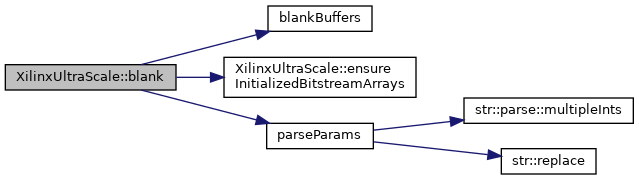
Above: classXilinxUltraScale_aefd9670bda072f396ec1b02916288b8f_cgraph.png in FPGA-Research-Manchester/byteman (Graphviz), before the change. Its source is kept beside it as classXilinxUltraScale_aefd9670bda072f396ec1b02916288b8f_cgraph.dot.
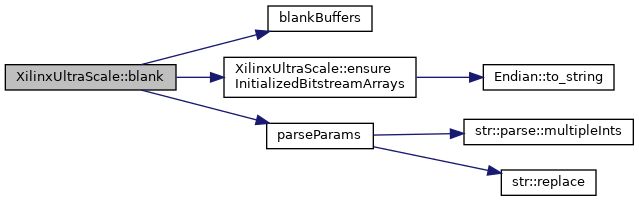
The same file after the commit.

Diff of the diagram source:
```diff
@@ -8,10 +8,12 @@
   Node2 [label="blankBuffers",height=0.2,width=0.4,color="black", fillcolor="white", style="filled",URL="$inlineBlank_8h.html#a10ffb5917ae93f7a4be5533f80e3bb9b",tooltip=" "];
   Node1 -> Node3 [color="midnightblue",fontsize="10",style="solid",fontname="Helvetica"];
   Node3 [label="XilinxUltraScale::ensure\lInitializedBitstreamArrays",height=0.2,width=0.4,color="black", fillcolor="white", style="filled",URL="$classXilinxUltraScale.html#a90eabbb61cf23c68e7bc960b720d620e",tooltip=" "];
-  Node1 -> Node4 [color="midnightblue",fontsize="10",style="solid",fontname="Helvetica"];
-  Node4 [label="parseParams",height=0.2,width=0.4,color="black", fillcolor="white", style="filled",URL="$inlineParseParams_8h.html#a7f22499069a08d35dfe2ec4697d03056",tooltip=" "];
-  Node4 -> Node5 [color="midnightblue",fontsize="10",style="solid",fontname="Helvetica"];
-  Node5 [label="str::parse::multipleInts",height=0.2,width=0.4,color="black", fillcolor="white", style="filled",URL="$namespacestr_1_1parse.html#a9f14cc7345a3fc0591a6afaf8033e6d1",tooltip=" "];
-  Node4 -> Node6 [color="midnightblue",fontsize="10",style="solid",fontname="Helvetica"];
-  Node6 [label="str::replace",height=0.2,width=0.4,color="black", fillcolor="white", style="filled",URL="$namespacestr.html#ac23568893d7dd0123ecfc9105c9f3a69",tooltip="Replaces all instances of oldChar in string str with newChar and returns the resulting string."];
+  Node3 -> Node4 [color="midnightblue",fontsize="10",style="solid",fontname="Helvetica"];
+  Node4 [label="Endian::to_string",height=0.2,width=0.4,color="black", fillcolor="white", style="filled",URL="$namespaceEndian.html#ac9f4873f9a0c23291fa47d68dff6fbbc",tooltip=" "];
+  Node1 -> Node5 [color="midnightblue",fontsize="10",style="solid",fontname="Helvetica"];
+  Node5 [label="parseParams",height=0.2,width=0.4,color="black", fillcolor="white", style="filled",URL="$inlineParseParams_8h.html#a7f22499069a08d35dfe2ec4697d03056",tooltip=" "];
+  Node5 -> Node6 [color="midnightblue",fontsize="10",style="solid",fontname="Helvetica"];
+  Node6 [label="str::parse::multipleInts",height=0.2,width=0.4,color="black", fillcolor="white", style="filled",URL="$namespacestr_1_1parse.html#a9f14cc7345a3fc0591a6afaf8033e6d1",tooltip=" "];
+  Node5 -> Node7 [color="midnightblue",fontsize="10",style="solid",fontname="Helvetica"];
+  Node7 [label="str::replace",height=0.2,width=0.4,color="black", fillcolor="white", style="filled",URL="$namespacestr.html#ac23568893d7dd0123ecfc9105c9f3a69",tooltip="Replaces all instances of oldChar in string str with newChar and returns the resulting string."];
 }
```
